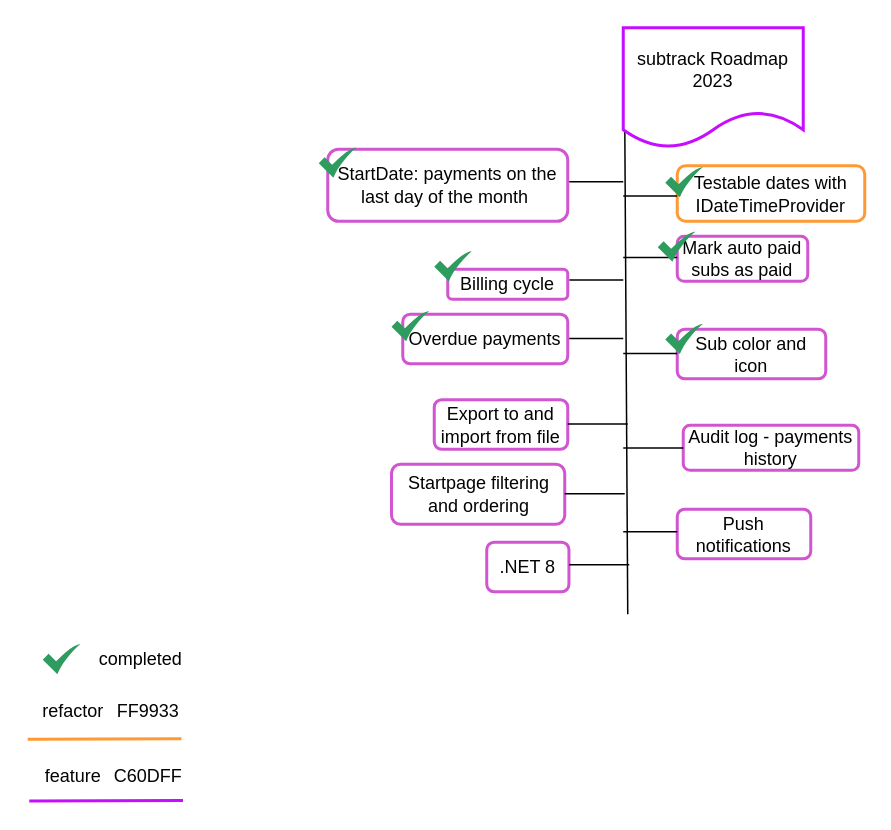
Above: docs/roadmap.drawio in Code2Gether-Discord/subtrack (draw.io), before the change. Source tidied: cells renumbered, new cells numbered last; positions are measured from the earlier drawing's top-left corner, leaving out a move shared by most shapes. Both pictures are drawn from the tidied source at 150%, with x=0, y=0 at pixel (27, 27).
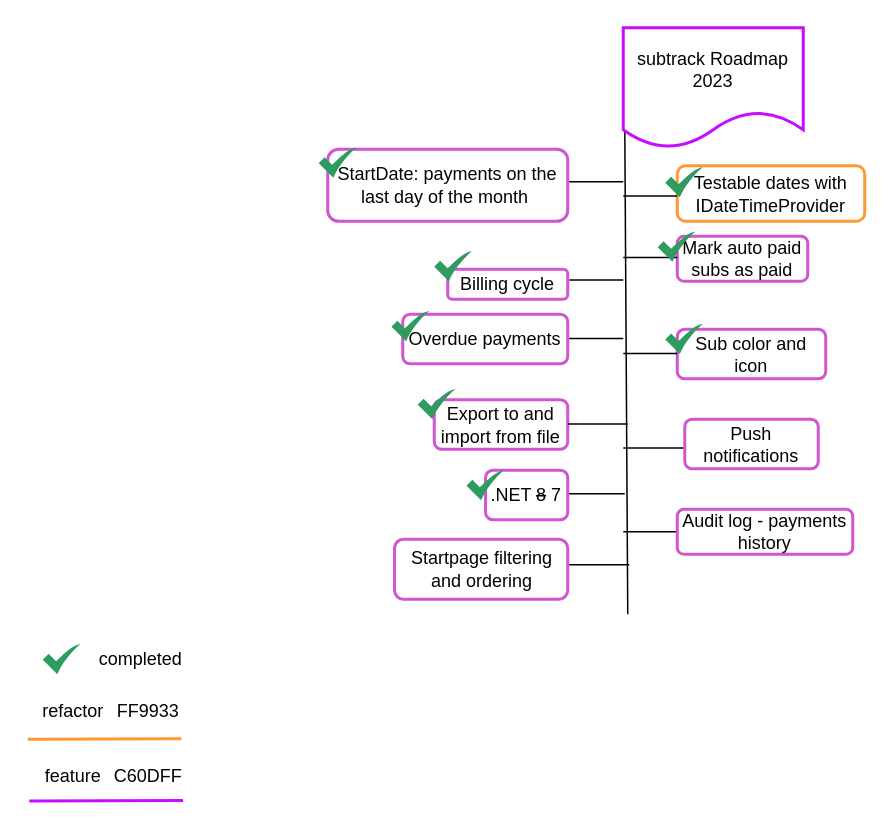
After the change.

What changed in the source:
```diff
@@
     <mxCell id="18" value="Push notifications" style="rounded=1;whiteSpace=wrap;html=1;labelBackgroundColor=none;labelBorderColor=none;strokeColor=#D154D1;strokeWidth=2;fontColor=#030303;fillColor=#FFFFFF;" parent="1" vertex="1">
-      <mxGeometry x="433" y="321" width="89" height="33" as="geometry" />
+      <mxGeometry x="438" y="261" width="89" height="33" as="geometry" />
     </mxCell>
@@
     <mxCell id="27" value="Audit log - payments history" style="rounded=1;whiteSpace=wrap;html=1;labelBackgroundColor=none;labelBorderColor=none;strokeColor=#D154D1;strokeWidth=2;fontColor=#030303;fillColor=#FFFFFF;" parent="1" vertex="1">
-      <mxGeometry x="437" y="265" width="117" height="30" as="geometry" />
+      <mxGeometry x="433" y="321" width="117" height="30" as="geometry" />
     </mxCell>
@@
     <mxCell id="29" value="Startpage filtering and ordering" style="rounded=1;whiteSpace=wrap;html=1;labelBackgroundColor=none;labelBorderColor=none;strokeColor=#D154D1;strokeWidth=2;fontColor=#030303;fillColor=#FFFFFF;" parent="1" vertex="1">
-      <mxGeometry x="242.5" y="291" width="115.5" height="40" as="geometry" />
+      <mxGeometry x="244.5" y="341" width="115.5" height="40" as="geometry" />
     </mxCell>
@@
-    <mxCell id="37" value=".NET 8" style="rounded=1;whiteSpace=wrap;html=1;labelBackgroundColor=none;labelBorderColor=none;strokeColor=#D154D1;strokeWidth=2;fontColor=#030303;fillColor=#FFFFFF;" parent="1" vertex="1">
-      <mxGeometry x="306" y="343" width="54.8" height="33" as="geometry" />
+    <mxCell id="37" value=".NET &lt;strike&gt;8&lt;/strike&gt; 7" style="rounded=1;whiteSpace=wrap;html=1;labelBackgroundColor=none;labelBorderColor=none;strokeColor=#D154D1;strokeWidth=2;fontColor=#030303;fillColor=#FFFFFF;" parent="1" vertex="1">
+      <mxGeometry x="305.2" y="295" width="54.8" height="33" as="geometry" />
     </mxCell>
@@
+    <mxCell id="40" style="sketch=0;html=1;strokeColor=none;shadow=0;align=center;verticalAlign=top;fillColor=#2D9C5E;shape=mxgraph.gcp2.check;" parent="1" vertex="1">
+      <mxGeometry x="292.5" y="295" width="25" height="20" as="geometry" />
+    </mxCell>
+    <mxCell id="41" style="sketch=0;html=1;strokeColor=none;shadow=0;align=center;verticalAlign=top;fillColor=#2D9C5E;shape=mxgraph.gcp2.check;" parent="1" vertex="1">
+      <mxGeometry x="260" y="241" width="25" height="20" as="geometry" />
+    </mxCell>
```
